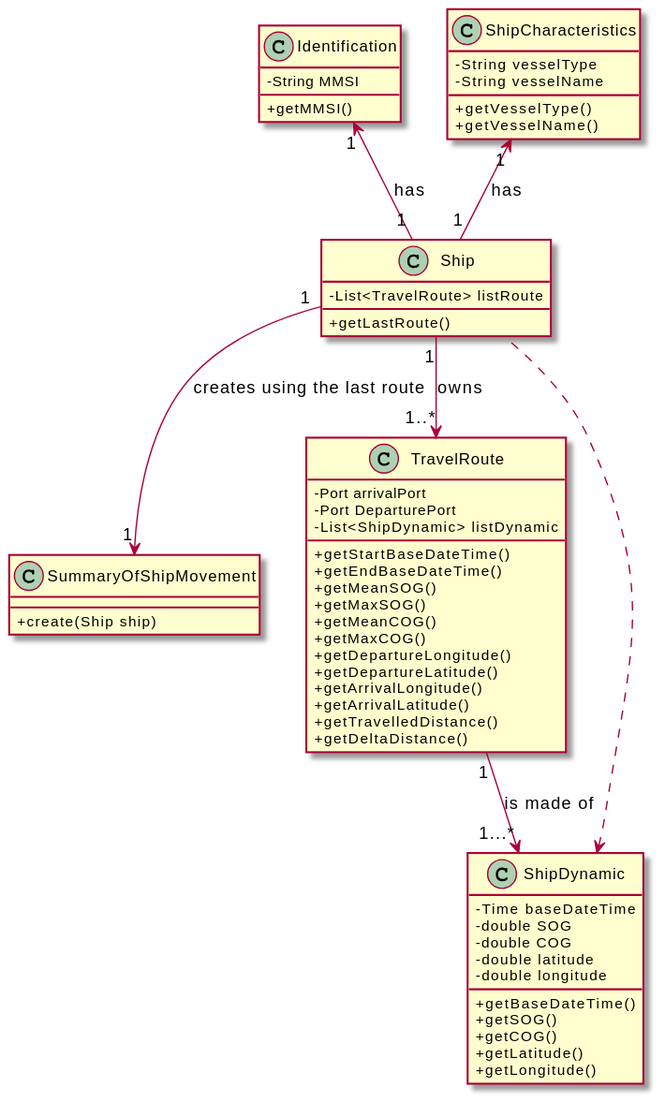
Before: docs/US104/US104_CD.svg, a diagram exported from PlantUML (RuiRioPina/CargoMaster). The source it was exported from:
```plantuml
@startuml
skinparam classAttributeIconSize 0
class Ship {
-List<TravelRoute> listRoute
+getLastRoute()
}
class Identification{
-String MMSI
+getMMSI()

}
class SummaryOfShipMovement{
+create(Ship ship)
}
class ShipDynamic{
-Time baseDateTime
-double SOG
-double COG
-double latitude
-double longitude
+getBaseDateTime()
+getSOG()
+getCOG()
+getLatitude()
+getLongitude()
}
class ShipCharacteristics{
-String vesselType
-String vesselName
+getVesselType()
+getVesselName()
}
class TravelRoute{
-Port arrivalPort
-Port DeparturePort
-List<ShipDynamic> listDynamic
+getStartBaseDateTime()
+getEndBaseDateTime()
+getMeanSOG()
+getMaxSOG()
+getMeanCOG()
+getMaxCOG()
+getDepartureLongitude()
+getDepartureLatitude()
+getArrivalLongitude()
+getArrivalLatitude()
+getTravelledDistance()
+getDeltaDistance()
}
Ship "1" --> "1..*" TravelRoute : owns
Identification "1" <-- "1" Ship :has
ShipDynamic <.. Ship
Ship "1" --> "1" SummaryOfShipMovement : creates using the last route
ShipCharacteristics "1" <-- "1" Ship :has
TravelRoute "1" --> "1...*" ShipDynamic : is made of
@enduml
```
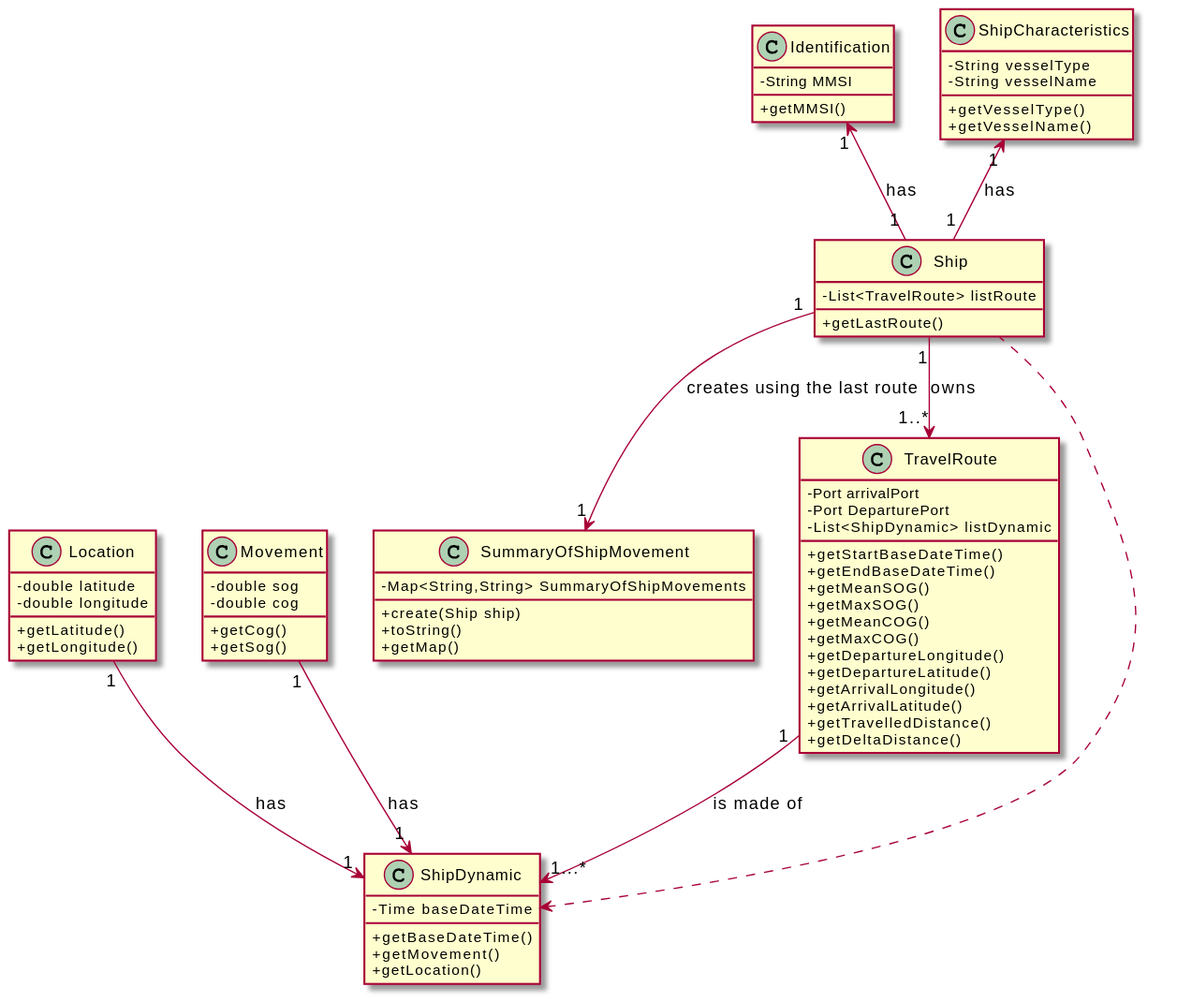
The same diagram one commit later.

What changed in the source:
```diff
@@ -1,8 +1,8 @@
 @startuml
 skinparam classAttributeIconSize 0
 class Ship {
--List<TravelRoute> listRoute
-+getLastRoute()
+-Route Route
++getRoute()
 }
 class Identification{
 -String MMSI
@@ -10,19 +10,28 @@
 
 }
 class SummaryOfShipMovement{
+-Map<String,String> SummaryOfShipMovements
 +create(Ship ship)
++toString()
++getMap()
 }
 class ShipDynamic{
 -Time baseDateTime
--double SOG
--double COG
++getBaseDateTime()
++getMovement()
++getLocation()
+}
+class Location{
 -double latitude
 -double longitude
-+getBaseDateTime()
-+getSOG()
-+getCOG()
 +getLatitude()
 +getLongitude()
+}
+class Movement{
+-double sog
+-double cog
++getCog()
++getSog()
 }
 class ShipCharacteristics{
 -String vesselType
@@ -30,9 +39,7 @@
 +getVesselType()
 +getVesselName()
 }
-class TravelRoute{
--Port arrivalPort
--Port DeparturePort
+class Route{
 -List<ShipDynamic> listDynamic
 +getStartBaseDateTime()
 +getEndBaseDateTime()
@@ -53,4 +60,6 @@
 Ship "1" --> "1" SummaryOfShipMovement : creates using the last route
 ShipCharacteristics "1" <-- "1" Ship :has
 TravelRoute "1" --> "1...*" ShipDynamic : is made of
+Location "1" --> "1" ShipDynamic : has
+Movement "1" --> "1" ShipDynamic : has
 @enduml
```
